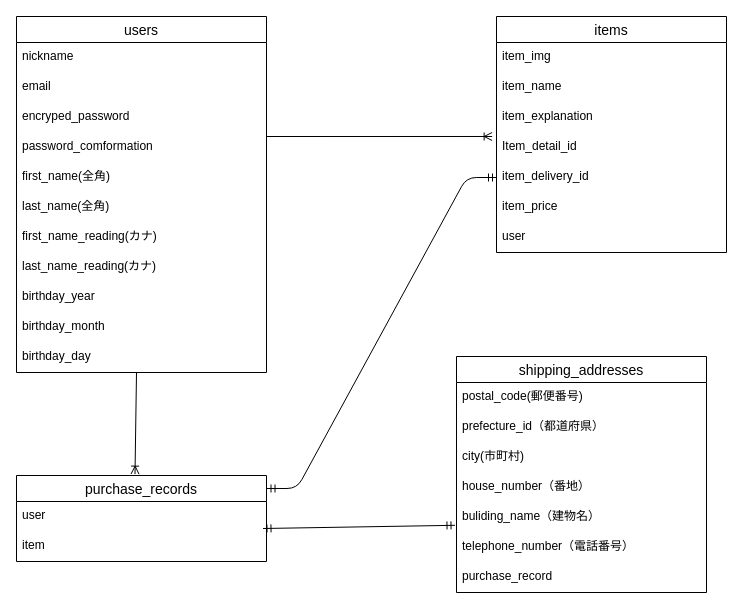
This is page "ページ1" (1 of 2) of ER.dio from upamaru0104/furima-39197, a draw.io file, before an edit. Source tidied: cells renumbered, new cells numbered last; positions are measured from the earlier drawing's top-left corner, leaving out a move shared by most shapes. Both pictures are drawn from the tidied source at 100%, with x=0, y=0 at pixel (16, 16).
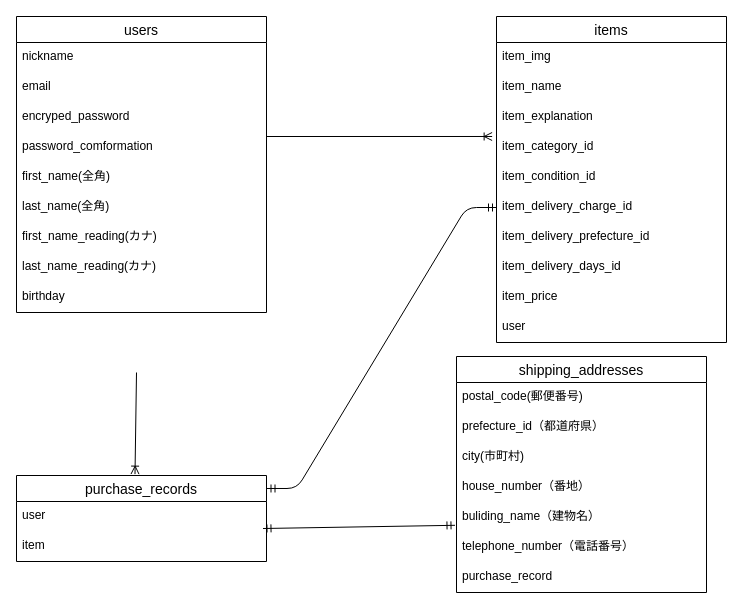
The same page after the edit.

Commit message (it also covers changes not shown here):
ER図・README修正

Change to the diagram source:
```diff
@@
     <mxCell id="2" value="users" style="swimlane;fontStyle=0;horizontal=1;startSize=26;align=center;fontSize=14;" parent="1" vertex="1">
-      <mxGeometry width="250" height="356" as="geometry" />
+      <mxGeometry width="250" height="296" as="geometry" />
     </mxCell>
@@
-    <mxCell id="11" value="birthday_year" style="text;strokeColor=none;fillColor=none;spacingLeft=4;spacingRight=4;overflow=hidden;fontSize=12;" parent="2" vertex="1">
+    <mxCell id="11" value="birthday" style="text;strokeColor=none;fillColor=none;spacingLeft=4;spacingRight=4;overflow=hidden;fontSize=12;" parent="2" vertex="1">
       <mxGeometry y="266" width="250" height="30" as="geometry" />
     </mxCell>
-    <mxCell id="12" value="birthday_month" style="text;strokeColor=none;fillColor=none;spacingLeft=4;spacingRight=4;overflow=hidden;fontSize=12;" parent="2" vertex="1">
-      <mxGeometry y="296" width="250" height="30" as="geometry" />
-    </mxCell>
-    <mxCell id="13" value="birthday_day" style="text;strokeColor=none;fillColor=none;spacingLeft=4;spacingRight=4;overflow=hidden;fontSize=12;" parent="2" vertex="1">
-      <mxGeometry y="326" width="250" height="30" as="geometry" />
-    </mxCell>
     <mxCell id="14" value="items" style="swimlane;fontStyle=0;horizontal=1;startSize=26;align=center;fontSize=14;" parent="1" vertex="1">
-      <mxGeometry x="480" width="230" height="236" as="geometry" />
+      <mxGeometry x="480" width="230" height="326" as="geometry" />
     </mxCell>
@@
-    <mxCell id="18" value="Item_detail_id" style="text;strokeColor=none;fillColor=none;spacingLeft=4;spacingRight=4;overflow=hidden;points=[[0,0.5],[1,0.5]];portConstraint=eastwest;fontSize=12;" parent="14" vertex="1">
+    <mxCell id="18" value="item_category_id" style="text;strokeColor=none;fillColor=none;spacingLeft=4;spacingRight=4;overflow=hidden;points=[[0,0.5],[1,0.5]];portConstraint=eastwest;fontSize=12;" parent="14" vertex="1">
       <mxGeometry y="116" width="230" height="30" as="geometry" />
     </mxCell>
+    <mxCell id="37" value="item_condition_id" style="text;strokeColor=none;fillColor=none;spacingLeft=4;spacingRight=4;overflow=hidden;fontSize=12;" parent="14" vertex="1">
+      <mxGeometry y="146" width="230" height="30" as="geometry" />
+    </mxCell>
-    <mxCell id="19" value="item_delivery_id" style="text;strokeColor=none;fillColor=none;spacingLeft=4;spacingRight=4;overflow=hidden;points=[[0,0.5],[1,0.5]];portConstraint=eastwest;fontSize=12;" parent="14" vertex="1">
-      <mxGeometry y="146" width="230" height="30" as="geometry" />
+    <mxCell id="19" value="item_delivery_charge_id" style="text;strokeColor=none;fillColor=none;spacingLeft=4;spacingRight=4;overflow=hidden;points=[[0,0.5],[1,0.5]];portConstraint=eastwest;fontSize=12;" parent="14" vertex="1">
+      <mxGeometry y="176" width="230" height="30" as="geometry" />
     </mxCell>
+    <mxCell id="12" value="item_delivery_prefecture_id" style="text;strokeColor=none;fillColor=none;spacingLeft=4;spacingRight=4;overflow=hidden;fontSize=12;" parent="14" vertex="1">
+      <mxGeometry y="206" width="230" height="30" as="geometry" />
+    </mxCell>
+    <mxCell id="38" value="item_delivery_days_id" style="text;strokeColor=none;fillColor=none;spacingLeft=4;spacingRight=4;overflow=hidden;fontSize=12;" parent="14" vertex="1">
+      <mxGeometry y="236" width="230" height="30" as="geometry" />
+    </mxCell>
     <mxCell id="20" value="item_price" style="text;strokeColor=none;fillColor=none;spacingLeft=4;spacingRight=4;overflow=hidden;fontSize=12;" parent="14" vertex="1">
-      <mxGeometry y="176" width="230" height="30" as="geometry" />
+      <mxGeometry y="266" width="230" height="30" as="geometry" />
     </mxCell>
     <mxCell id="21" value="user" style="text;strokeColor=none;fillColor=none;spacingLeft=4;spacingRight=4;overflow=hidden;fontSize=12;" parent="14" vertex="1">
-      <mxGeometry y="206" width="230" height="30" as="geometry" />
+      <mxGeometry y="296" width="230" height="30" as="geometry" />
     </mxCell>
```
